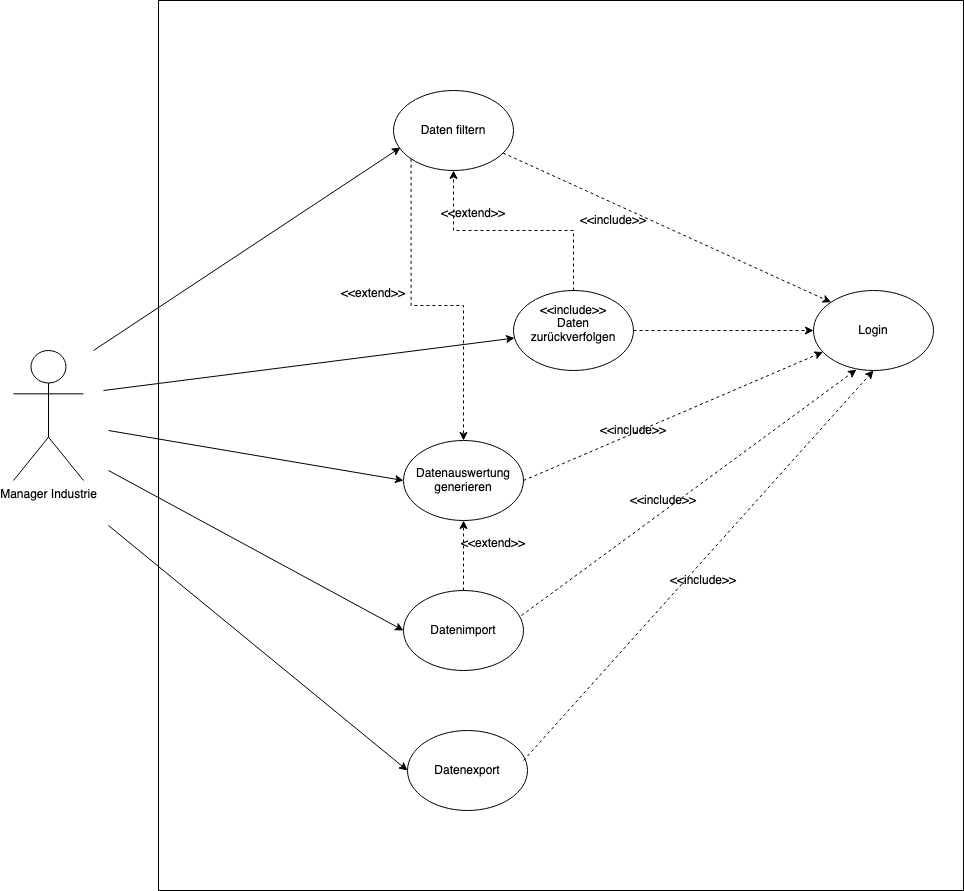
Above: lastenheft/img/UC_DIAG_Lastenheft_TEAM7.png in pschm/am-lastenheft-ss20 (draw.io), before the change. Source tidied: cells renumbered, new cells last; positions are measured from the earlier drawing's top-left corner, leaving out a move shared by most shapes.
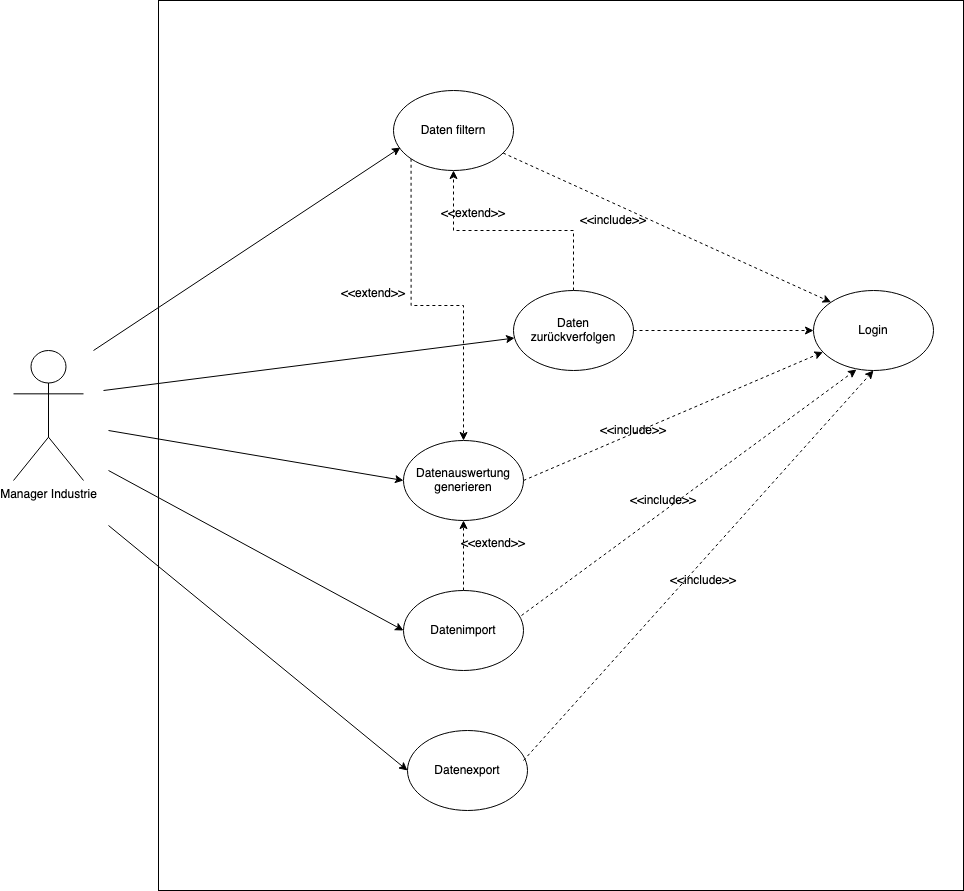
The same file after the commit.

Change to the diagram source:
```diff
@@ -32,9 +32,6 @@
     <mxCell id="11" value="&lt;div&gt;&amp;lt;&amp;lt;extend&amp;gt;&amp;gt;&lt;/div&gt;&lt;div&gt;&lt;br&gt;&lt;/div&gt;" style="text;html=1;strokeColor=none;fillColor=none;align=center;verticalAlign=middle;whiteSpace=wrap;rounded=0;" parent="1" vertex="1">
       <mxGeometry x="440" y="210" width="40" height="20" as="geometry" />
     </mxCell>
-    <mxCell id="12" value="&amp;lt;&amp;lt;include&amp;gt;&amp;gt;" style="text;html=1;strokeColor=none;fillColor=none;align=center;verticalAlign=middle;whiteSpace=wrap;rounded=0;" parent="1" vertex="1">
-      <mxGeometry x="540" y="300" width="40" height="20" as="geometry" />
-    </mxCell>
     <mxCell id="13" value="Datenauswertung generieren" style="ellipse;whiteSpace=wrap;html=1;" parent="1" vertex="1">
       <mxGeometry x="390" y="440" width="120" height="80" as="geometry" />
     </mxCell>
```
